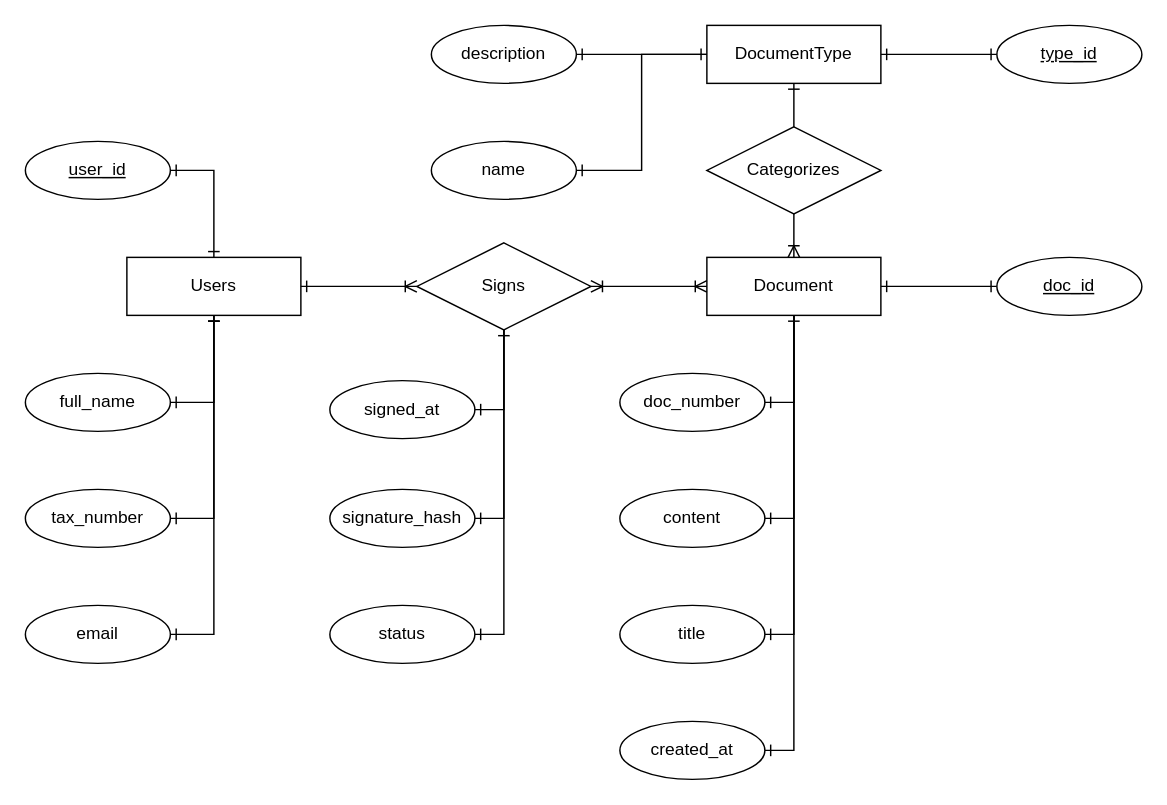
Above: Лабораторна 1 БДЗУ.drawio in Chaostic-Mind/Laboratorna_DB (draw.io), before the change. Source tidied: cells renumbered, new cells numbered last; positions are measured from the earlier drawing's top-left corner, leaving out a move shared by most shapes. Both pictures are drawn from the tidied source at 145%, with x=0, y=0 at pixel (25, 25).
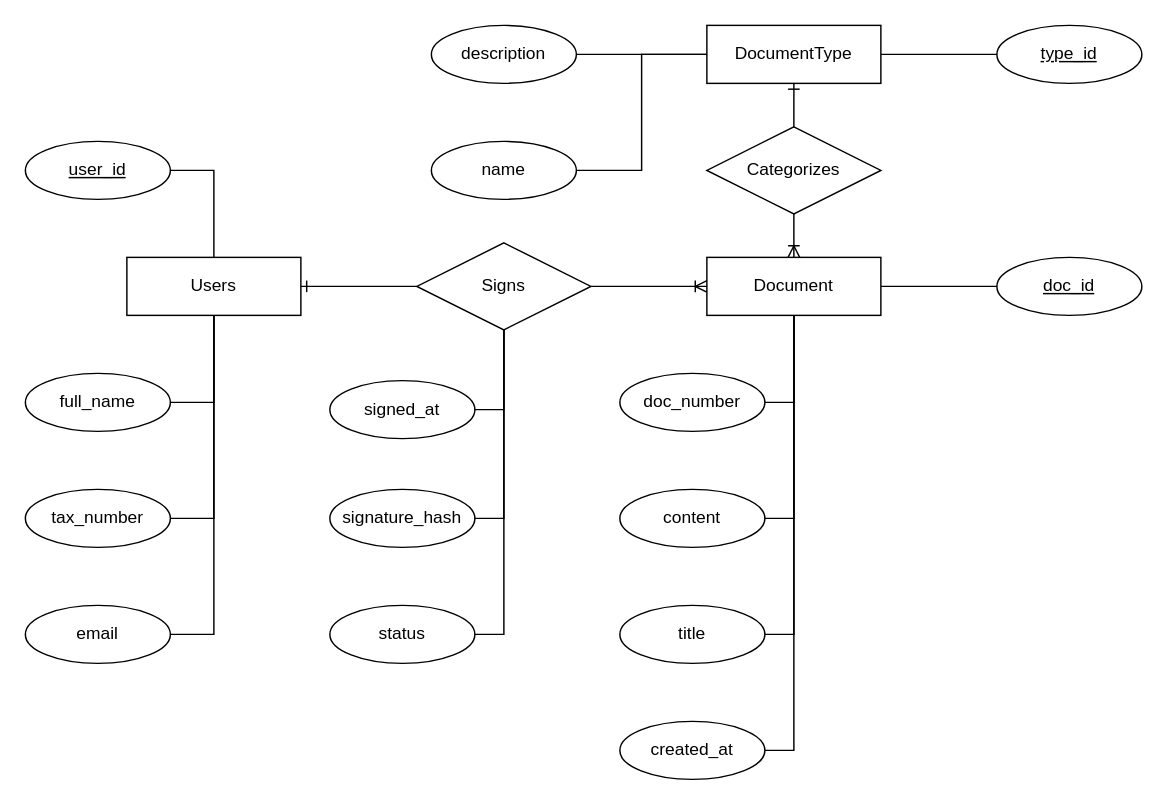
The same diagram, later.

Unchanged cells that the change refers to:
```xml
<mxCell id="4" value="DocumentType" style="whiteSpace=wrap;html=1;align=center;" parent="1" vertex="1">
  <mxGeometry x="470" width="120" height="40" as="geometry" />
</mxCell>
<mxCell id="9" value="&lt;div&gt;Users&lt;/div&gt;" style="whiteSpace=wrap;html=1;align=center;" parent="1" vertex="1">
  <mxGeometry x="70" y="160" width="120" height="40" as="geometry" />
</mxCell>
<mxCell id="16" value="Document" style="whiteSpace=wrap;html=1;align=center;" parent="1" vertex="1">
  <mxGeometry x="470" y="160" width="120" height="40" as="geometry" />
</mxCell>
<mxCell id="22" value="Signs" style="shape=rhombus;perimeter=rhombusPerimeter;whiteSpace=wrap;html=1;align=center;" parent="1" vertex="1">
  <mxGeometry x="270" y="150" width="120" height="60" as="geometry" />
</mxCell>
<mxCell id="23" value="signed_at" style="ellipse;whiteSpace=wrap;html=1;align=center;" parent="1" vertex="1">
  <mxGeometry x="210" y="245" width="100" height="40" as="geometry" />
</mxCell>
<mxCell id="24" value="signature_hash" style="ellipse;whiteSpace=wrap;html=1;align=center;" parent="1" vertex="1">
  <mxGeometry x="210" y="320" width="100" height="40" as="geometry" />
</mxCell>
<mxCell id="25" value="status" style="ellipse;whiteSpace=wrap;html=1;align=center;" parent="1" vertex="1">
  <mxGeometry x="210" y="400" width="100" height="40" as="geometry" />
</mxCell>
<mxCell id="26" value="full_name" style="ellipse;whiteSpace=wrap;html=1;align=center;" parent="1" vertex="1">
  <mxGeometry y="240" width="100" height="40" as="geometry" />
</mxCell>
<mxCell id="27" value="tax_number" style="ellipse;whiteSpace=wrap;html=1;align=center;" parent="1" vertex="1">
  <mxGeometry y="320" width="100" height="40" as="geometry" />
</mxCell>
<mxCell id="28" value="email" style="ellipse;whiteSpace=wrap;html=1;align=center;" parent="1" vertex="1">
  <mxGeometry y="400" width="100" height="40" as="geometry" />
</mxCell>
<mxCell id="29" value="name" style="ellipse;whiteSpace=wrap;html=1;align=center;" parent="1" vertex="1">
  <mxGeometry x="280" y="80" width="100" height="40" as="geometry" />
</mxCell>
<mxCell id="30" value="created_at" style="ellipse;whiteSpace=wrap;html=1;align=center;" parent="1" vertex="1">
  <mxGeometry x="410" y="480" width="100" height="40" as="geometry" />
</mxCell>
<mxCell id="31" value="title" style="ellipse;whiteSpace=wrap;html=1;align=center;" parent="1" vertex="1">
  <mxGeometry x="410" y="400" width="100" height="40" as="geometry" />
</mxCell>
<mxCell id="32" value="content" style="ellipse;whiteSpace=wrap;html=1;align=center;" parent="1" vertex="1">
  <mxGeometry x="410" y="320" width="100" height="40" as="geometry" />
</mxCell>
<mxCell id="33" value="doc_number" style="ellipse;whiteSpace=wrap;html=1;align=center;" parent="1" vertex="1">
  <mxGeometry x="410" y="240" width="100" height="40" as="geometry" />
</mxCell>
<mxCell id="34" value="user_id" style="ellipse;whiteSpace=wrap;html=1;align=center;fontStyle=4;" parent="1" vertex="1">
  <mxGeometry y="80" width="100" height="40" as="geometry" />
</mxCell>
<mxCell id="35" value="doc_id" style="ellipse;whiteSpace=wrap;html=1;align=center;fontStyle=4;" parent="1" vertex="1">
  <mxGeometry x="670" y="160" width="100" height="40" as="geometry" />
</mxCell>
<mxCell id="36" value="type_id" style="ellipse;whiteSpace=wrap;html=1;align=center;fontStyle=4;" parent="1" vertex="1">
  <mxGeometry x="670" width="100" height="40" as="geometry" />
</mxCell>
<mxCell id="40" value="description" style="ellipse;whiteSpace=wrap;html=1;align=center;" parent="1" vertex="1">
  <mxGeometry x="280" width="100" height="40" as="geometry" />
</mxCell>
```

Diff of the diagram source:
```diff
@@
-    <mxCell id="2" style="edgeStyle=orthogonalEdgeStyle;rounded=0;jettySize=auto;html=1;exitX=1;exitY=0.5;exitDx=0;exitDy=0;entryX=0;entryY=0.5;entryDx=0;entryDy=0;endArrow=ERone;endFill=0;startArrow=ERone;startFill=0;" parent="1" edge="1" source="4" target="36">
+    <mxCell id="2" style="edgeStyle=orthogonalEdgeStyle;rounded=0;jettySize=auto;html=1;exitX=1;exitY=0.5;exitDx=0;exitDy=0;entryX=0;entryY=0.5;entryDx=0;entryDy=0;endArrow=none;endFill=0;startArrow=none;startFill=0;" parent="1" edge="1" source="4" target="36">
       <mxGeometry relative="1" as="geometry" />
     </mxCell>
-    <mxCell id="3" style="edgeStyle=orthogonalEdgeStyle;rounded=0;jettySize=auto;html=1;exitX=0;exitY=0.5;exitDx=0;exitDy=0;entryX=1;entryY=0.5;entryDx=0;entryDy=0;endArrow=ERone;endFill=0;" parent="1" edge="1" source="4" target="29">
+    <mxCell id="3" style="edgeStyle=orthogonalEdgeStyle;rounded=0;jettySize=auto;html=1;exitX=0;exitY=0.5;exitDx=0;exitDy=0;entryX=1;entryY=0.5;entryDx=0;entryDy=0;endArrow=none;endFill=0;" parent="1" edge="1" source="4" target="29">
       <mxGeometry relative="1" as="geometry" />
     </mxCell>
@@
-    <mxCell id="5" style="edgeStyle=orthogonalEdgeStyle;rounded=0;jettySize=auto;html=1;exitX=0.5;exitY=1;exitDx=0;exitDy=0;entryX=1;entryY=0.5;entryDx=0;entryDy=0;startArrow=ERone;startFill=0;endArrow=ERone;endFill=0;" parent="1" edge="1" source="9" target="27">
+    <mxCell id="5" style="edgeStyle=orthogonalEdgeStyle;rounded=0;jettySize=auto;html=1;exitX=0.5;exitY=1;exitDx=0;exitDy=0;entryX=1;entryY=0.5;entryDx=0;entryDy=0;startArrow=none;startFill=0;endArrow=none;endFill=0;" parent="1" edge="1" source="9" target="27">
       <mxGeometry relative="1" as="geometry" />
     </mxCell>
-    <mxCell id="6" style="edgeStyle=orthogonalEdgeStyle;rounded=0;jettySize=auto;html=1;exitX=0.5;exitY=1;exitDx=0;exitDy=0;entryX=1;entryY=0.5;entryDx=0;entryDy=0;startArrow=ERone;startFill=0;endArrow=ERone;endFill=0;" parent="1" edge="1" source="9" target="26">
+    <mxCell id="6" style="edgeStyle=orthogonalEdgeStyle;rounded=0;jettySize=auto;html=1;exitX=0.5;exitY=1;exitDx=0;exitDy=0;entryX=1;entryY=0.5;entryDx=0;entryDy=0;startArrow=none;startFill=0;endArrow=none;endFill=0;" parent="1" edge="1" source="9" target="26">
       <mxGeometry relative="1" as="geometry" />
     </mxCell>
-    <mxCell id="7" style="edgeStyle=orthogonalEdgeStyle;rounded=0;jettySize=auto;html=1;exitX=0.5;exitY=1;exitDx=0;exitDy=0;entryX=1;entryY=0.5;entryDx=0;entryDy=0;startArrow=ERone;startFill=0;endArrow=ERone;endFill=0;" parent="1" edge="1" source="9" target="28">
+    <mxCell id="7" style="edgeStyle=orthogonalEdgeStyle;rounded=0;jettySize=auto;html=1;exitX=0.5;exitY=1;exitDx=0;exitDy=0;entryX=1;entryY=0.5;entryDx=0;entryDy=0;startArrow=none;startFill=0;endArrow=none;endFill=0;" parent="1" edge="1" source="9" target="28">
       <mxGeometry relative="1" as="geometry" />
     </mxCell>
-    <mxCell id="8" style="edgeStyle=orthogonalEdgeStyle;rounded=0;jettySize=auto;html=1;exitX=0.5;exitY=0;exitDx=0;exitDy=0;entryX=1;entryY=0.5;entryDx=0;entryDy=0;startArrow=ERone;startFill=0;endArrow=ERone;endFill=0;" parent="1" edge="1" source="9" target="34">
+    <mxCell id="8" style="edgeStyle=orthogonalEdgeStyle;rounded=0;jettySize=auto;html=1;exitX=0.5;exitY=0;exitDx=0;exitDy=0;entryX=1;entryY=0.5;entryDx=0;entryDy=0;startArrow=none;startFill=0;endArrow=none;endFill=0;" parent="1" edge="1" source="9" target="34">
       <mxGeometry relative="1" as="geometry" />
     </mxCell>
@@
-    <mxCell id="10" style="edgeStyle=orthogonalEdgeStyle;rounded=0;jettySize=auto;html=1;exitX=0.5;exitY=1;exitDx=0;exitDy=0;entryX=1;entryY=0.5;entryDx=0;entryDy=0;endArrow=ERone;endFill=0;startArrow=ERone;startFill=0;" parent="1" edge="1" source="16" target="33">
+    <mxCell id="10" style="edgeStyle=orthogonalEdgeStyle;rounded=0;jettySize=auto;html=1;exitX=0.5;exitY=1;exitDx=0;exitDy=0;entryX=1;entryY=0.5;entryDx=0;entryDy=0;endArrow=none;endFill=0;startArrow=none;startFill=0;" parent="1" edge="1" source="16" target="33">
       <mxGeometry relative="1" as="geometry" />
     </mxCell>
-    <mxCell id="11" style="edgeStyle=orthogonalEdgeStyle;rounded=0;jettySize=auto;html=1;exitX=0.5;exitY=1;exitDx=0;exitDy=0;entryX=1;entryY=0.5;entryDx=0;entryDy=0;endArrow=ERone;endFill=0;" parent="1" edge="1" source="16" target="32">
+    <mxCell id="11" style="edgeStyle=orthogonalEdgeStyle;rounded=0;jettySize=auto;html=1;exitX=0.5;exitY=1;exitDx=0;exitDy=0;entryX=1;entryY=0.5;entryDx=0;entryDy=0;endArrow=none;endFill=0;" parent="1" edge="1" source="16" target="32">
       <mxGeometry relative="1" as="geometry" />
     </mxCell>
-    <mxCell id="12" style="edgeStyle=orthogonalEdgeStyle;rounded=0;jettySize=auto;html=1;exitX=1;exitY=0.5;exitDx=0;exitDy=0;entryX=0;entryY=0.5;entryDx=0;entryDy=0;endArrow=ERone;endFill=0;startArrow=ERone;startFill=0;" parent="1" edge="1" source="16" target="35">
+    <mxCell id="12" style="edgeStyle=orthogonalEdgeStyle;rounded=0;jettySize=auto;html=1;exitX=1;exitY=0.5;exitDx=0;exitDy=0;entryX=0;entryY=0.5;entryDx=0;entryDy=0;endArrow=none;endFill=0;startArrow=none;startFill=0;" parent="1" edge="1" source="16" target="35">
       <mxGeometry relative="1" as="geometry" />
     </mxCell>
@@
-    <mxCell id="14" style="edgeStyle=orthogonalEdgeStyle;rounded=0;jettySize=auto;html=1;exitX=0.5;exitY=1;exitDx=0;exitDy=0;entryX=1;entryY=0.5;entryDx=0;entryDy=0;endArrow=ERone;endFill=0;" parent="1" edge="1" source="16" target="31">
+    <mxCell id="14" style="edgeStyle=orthogonalEdgeStyle;rounded=0;jettySize=auto;html=1;exitX=0.5;exitY=1;exitDx=0;exitDy=0;entryX=1;entryY=0.5;entryDx=0;entryDy=0;endArrow=none;endFill=0;" parent="1" edge="1" source="16" target="31">
       <mxGeometry relative="1" as="geometry" />
     </mxCell>
-    <mxCell id="15" style="edgeStyle=orthogonalEdgeStyle;rounded=0;jettySize=auto;html=1;exitX=0.5;exitY=1;exitDx=0;exitDy=0;entryX=1;entryY=0.5;entryDx=0;entryDy=0;endArrow=ERone;endFill=0;" parent="1" edge="1" source="16" target="30">
+    <mxCell id="15" style="edgeStyle=orthogonalEdgeStyle;rounded=0;jettySize=auto;html=1;exitX=0.5;exitY=1;exitDx=0;exitDy=0;entryX=1;entryY=0.5;entryDx=0;entryDy=0;endArrow=none;endFill=0;" parent="1" edge="1" source="16" target="30">
       <mxGeometry relative="1" as="geometry" />
     </mxCell>
@@
-    <mxCell id="17" style="edgeStyle=orthogonalEdgeStyle;rounded=0;jettySize=auto;html=1;exitX=0.5;exitY=1;exitDx=0;exitDy=0;entryX=1;entryY=0.5;entryDx=0;entryDy=0;endArrow=ERone;endFill=0;startArrow=ERone;startFill=0;" parent="1" edge="1" source="22" target="23">
+    <mxCell id="17" style="edgeStyle=orthogonalEdgeStyle;rounded=0;jettySize=auto;html=1;exitX=0.5;exitY=1;exitDx=0;exitDy=0;entryX=1;entryY=0.5;entryDx=0;entryDy=0;endArrow=none;endFill=0;startArrow=none;startFill=0;" parent="1" edge="1" source="22" target="23">
       <mxGeometry relative="1" as="geometry" />
     </mxCell>
-    <mxCell id="18" style="edgeStyle=orthogonalEdgeStyle;rounded=0;jettySize=auto;html=1;exitX=0.5;exitY=1;exitDx=0;exitDy=0;entryX=1;entryY=0.5;entryDx=0;entryDy=0;endArrow=ERone;endFill=0;" parent="1" edge="1" source="22" target="24">
+    <mxCell id="18" style="edgeStyle=orthogonalEdgeStyle;rounded=0;jettySize=auto;html=1;exitX=0.5;exitY=1;exitDx=0;exitDy=0;entryX=1;entryY=0.5;entryDx=0;entryDy=0;endArrow=none;endFill=0;" parent="1" edge="1" source="22" target="24">
       <mxGeometry relative="1" as="geometry" />
     </mxCell>
-    <mxCell id="19" style="edgeStyle=orthogonalEdgeStyle;rounded=0;jettySize=auto;html=1;exitX=0.5;exitY=1;exitDx=0;exitDy=0;entryX=1;entryY=0.5;entryDx=0;entryDy=0;endArrow=ERone;endFill=0;" parent="1" edge="1" source="22" target="25">
+    <mxCell id="19" style="edgeStyle=orthogonalEdgeStyle;rounded=0;jettySize=auto;html=1;exitX=0.5;exitY=1;exitDx=0;exitDy=0;entryX=1;entryY=0.5;entryDx=0;entryDy=0;endArrow=none;endFill=0;" parent="1" edge="1" source="22" target="25">
       <mxGeometry relative="1" as="geometry" />
     </mxCell>
-    <mxCell id="20" style="edgeStyle=orthogonalEdgeStyle;rounded=0;jettySize=auto;html=1;exitX=0;exitY=0.5;exitDx=0;exitDy=0;entryX=1;entryY=0.5;entryDx=0;entryDy=0;startArrow=ERoneToMany;startFill=0;endArrow=ERone;endFill=0;" parent="1" edge="1" source="22" target="9">
+    <mxCell id="20" style="edgeStyle=orthogonalEdgeStyle;rounded=0;jettySize=auto;html=1;exitX=0;exitY=0.5;exitDx=0;exitDy=0;entryX=1;entryY=0.5;entryDx=0;entryDy=0;startArrow=none;startFill=0;endArrow=ERone;endFill=0;" parent="1" edge="1" source="22" target="9">
       <mxGeometry relative="1" as="geometry" />
     </mxCell>
-    <mxCell id="21" style="edgeStyle=orthogonalEdgeStyle;rounded=0;jettySize=auto;html=1;exitX=1;exitY=0.5;exitDx=0;exitDy=0;entryX=0;entryY=0.5;entryDx=0;entryDy=0;startArrow=ERoneToMany;startFill=0;endArrow=ERoneToMany;endFill=0;" parent="1" edge="1" source="22" target="16">
+    <mxCell id="21" style="edgeStyle=orthogonalEdgeStyle;rounded=0;jettySize=auto;html=1;exitX=1;exitY=0.5;exitDx=0;exitDy=0;entryX=0;entryY=0.5;entryDx=0;entryDy=0;startArrow=none;startFill=0;endArrow=ERoneToMany;endFill=0;" parent="1" edge="1" source="22" target="16">
       <mxGeometry relative="1" as="geometry" />
     </mxCell>
@@
-    <mxCell id="39" style="edgeStyle=orthogonalEdgeStyle;rounded=0;jettySize=auto;html=1;exitX=0;exitY=0.5;exitDx=0;exitDy=0;entryX=1;entryY=0.5;entryDx=0;entryDy=0;endArrow=ERone;endFill=0;startArrow=ERone;startFill=0;" parent="1" edge="1" source="4" target="40">
+    <mxCell id="39" style="edgeStyle=orthogonalEdgeStyle;rounded=0;jettySize=auto;html=1;exitX=0;exitY=0.5;exitDx=0;exitDy=0;entryX=1;entryY=0.5;entryDx=0;entryDy=0;endArrow=none;endFill=0;startArrow=none;startFill=0;" parent="1" edge="1" source="4" target="40">
       <mxGeometry relative="1" as="geometry">
         <Array as="points">
           <mxPoint x="420" y="20" />
           <mxPoint x="420" y="20" />
         </Array>
       </mxGeometry>
     </mxCell>
```
